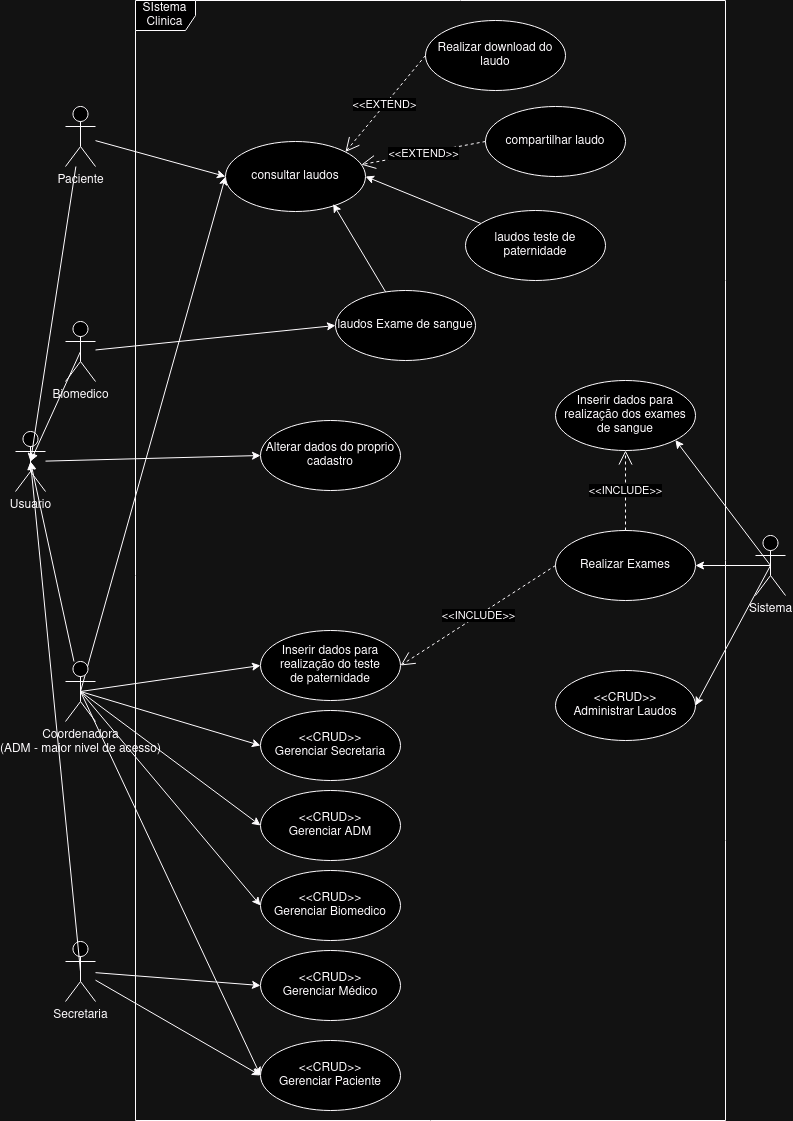
This is docs/diagramas/caso_de_uso.png from UniFil-NPI/ProjetoAnalisesClinicas, a draw.io export, as it was before one commit. Source tidied: cells renumbered, new cells last; positions are measured from the earlier drawing's top-left corner, leaving out a move shared by most shapes.
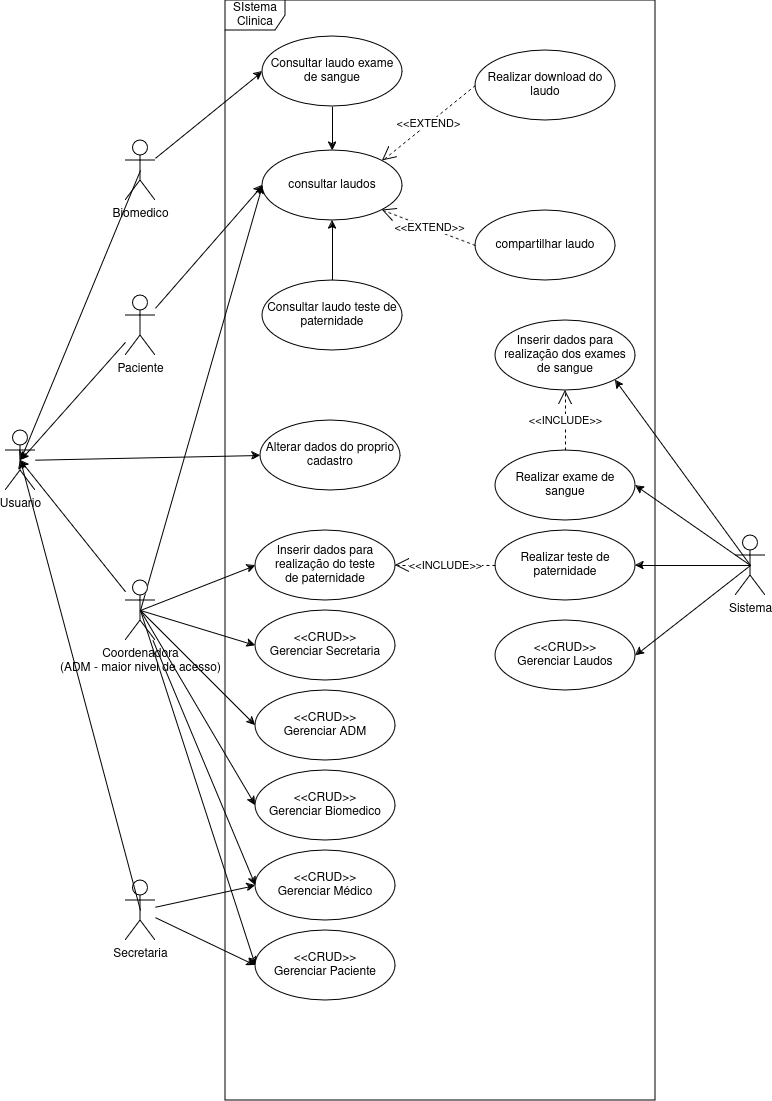
The same file after the commit.

Diff of the diagram source:
```diff
@@ -1,4 +1,4 @@
-<mxGraphModel>
+<mxGraphModel background="#FFFFFF">
   <root>
     <mxCell id="0" />
     <mxCell id="1" parent="0" />
@@ -6,7 +6,7 @@
       <mxGeometry relative="1" as="geometry" />
     </mxCell>
     <mxCell id="3" value="Paciente&lt;div&gt;&lt;br/&gt;&lt;/div&gt;" style="shape=umlActor;verticalLabelPosition=bottom;verticalAlign=top;html=1;labelBackgroundColor=none;shadow=0;" parent="1" vertex="1">
-      <mxGeometry x="50" y="106" width="30" height="60" as="geometry" />
+      <mxGeometry x="110" y="295" width="30" height="60" as="geometry" />
     </mxCell>
     <mxCell id="4" style="edgeStyle=none;rounded=0;jettySize=auto;html=1;entryX=0;entryY=0.5;entryDx=0;entryDy=0;" parent="1" edge="1" source="6" target="20">
       <mxGeometry relative="1" as="geometry" />
@@ -15,7 +15,7 @@
       <mxGeometry relative="1" as="geometry" />
     </mxCell>
     <mxCell id="6" value="Secretaria" style="shape=umlActor;verticalLabelPosition=bottom;verticalAlign=top;html=1;" parent="1" vertex="1">
-      <mxGeometry x="50" y="941" width="30" height="60" as="geometry" />
+      <mxGeometry x="110" y="880" width="30" height="60" as="geometry" />
     </mxCell>
     <mxCell id="7" style="rounded=0;jettySize=auto;html=1;exitX=0.5;exitY=0.5;exitDx=0;exitDy=0;exitPerimeter=0;entryX=0;entryY=0.5;entryDx=0;entryDy=0;" parent="1" edge="1" source="13" target="19">
       <mxGeometry relative="1" as="geometry" />
@@ -35,8 +35,11 @@
     <mxCell id="12" style="edgeStyle=none;rounded=0;jettySize=auto;html=1;exitX=0.5;exitY=0.5;exitDx=0;exitDy=0;exitPerimeter=0;entryX=0;entryY=0.5;entryDx=0;entryDy=0;" parent="1" edge="1" source="13" target="20">
       <mxGeometry relative="1" as="geometry" />
     </mxCell>
+    <mxCell id="50" style="edgeStyle=none;rounded=0;jettySize=auto;html=1;entryX=0;entryY=0.5;entryDx=0;entryDy=0;" parent="1" edge="1" source="13" target="44">
+      <mxGeometry relative="1" as="geometry" />
+    </mxCell>
     <mxCell id="13" value="Coordenadora&lt;br&gt;(ADM - maior nivel de acesso)" style="shape=umlActor;verticalLabelPosition=bottom;verticalAlign=top;html=1;" parent="1" vertex="1">
-      <mxGeometry x="50" y="661" width="30" height="60" as="geometry" />
+      <mxGeometry x="110" y="580" width="30" height="60" as="geometry" />
     </mxCell>
     <mxCell id="14" style="edgeStyle=none;rounded=0;jettySize=auto;html=1;exitX=0.5;exitY=0.5;exitDx=0;exitDy=0;exitPerimeter=0;entryX=0.5;entryY=0.5;entryDx=0;entryDy=0;entryPerimeter=0;" parent="1" edge="1" source="16" target="37">
       <mxGeometry relative="1" as="geometry" />
@@ -45,30 +48,30 @@
       <mxGeometry relative="1" as="geometry" />
     </mxCell>
     <mxCell id="16" value="Biomedico" style="shape=umlActor;verticalLabelPosition=bottom;verticalAlign=top;html=1;" parent="1" vertex="1">
-      <mxGeometry x="50" y="321" width="30" height="60" as="geometry" />
+      <mxGeometry x="110" y="140" width="30" height="60" as="geometry" />
     </mxCell>
     <mxCell id="17" value="SIstema Clinica" style="shape=umlFrame;whiteSpace=wrap;html=1;" parent="1" vertex="1">
-      <mxGeometry x="120" width="590" height="1120" as="geometry" />
+      <mxGeometry x="210" width="430" height="1100" as="geometry" />
     </mxCell>
     <mxCell id="18" value="Alterar dados do proprio cadastro" style="ellipse;whiteSpace=wrap;html=1;" parent="1" vertex="1">
       <mxGeometry x="245" y="420" width="140" height="70" as="geometry" />
     </mxCell>
     <mxCell id="19" value="consultar laudos" style="ellipse;whiteSpace=wrap;html=1;" parent="1" vertex="1">
-      <mxGeometry x="210" y="141" width="140" height="70" as="geometry" />
+      <mxGeometry x="247" y="150" width="140" height="70" as="geometry" />
     </mxCell>
     <mxCell id="20" value="&amp;lt;&amp;lt;CRUD&amp;gt;&amp;gt;&lt;br&gt;Gerenciar Paciente" style="ellipse;whiteSpace=wrap;html=1;" parent="1" vertex="1">
-      <mxGeometry x="245" y="1040" width="140" height="70" as="geometry" />
+      <mxGeometry x="240" y="930" width="140" height="70" as="geometry" />
     </mxCell>
     <mxCell id="21" value="&amp;lt;&amp;lt;CRUD&amp;gt;&amp;gt;&lt;br&gt;Gerenciar Biomedico" style="ellipse;whiteSpace=wrap;html=1;" parent="1" vertex="1">
-      <mxGeometry x="245" y="870" width="140" height="70" as="geometry" />
+      <mxGeometry x="240" y="770" width="140" height="70" as="geometry" />
     </mxCell>
     <mxCell id="22" value="&amp;lt;&amp;lt;CRUD&amp;gt;&amp;gt;&lt;br&gt;Gerenciar Secretaria" style="ellipse;whiteSpace=wrap;html=1;" parent="1" vertex="1">
-      <mxGeometry x="245" y="710" width="140" height="70" as="geometry" />
+      <mxGeometry x="240" y="610" width="140" height="70" as="geometry" />
     </mxCell>
-    <mxCell id="23" value="&amp;lt;&amp;lt;CRUD&amp;gt;&amp;gt;&lt;br&gt;Administrar Laudos" style="ellipse;whiteSpace=wrap;html=1;" parent="1" vertex="1">
-      <mxGeometry x="540" y="670" width="140" height="70" as="geometry" />
+    <mxCell id="23" value="&amp;lt;&amp;lt;CRUD&amp;gt;&amp;gt;&lt;br&gt;Gerenciar Laudos" style="ellipse;whiteSpace=wrap;html=1;" parent="1" vertex="1">
+      <mxGeometry x="480" y="620" width="140" height="70" as="geometry" />
     </mxCell>
-    <mxCell id="24" style="edgeStyle=none;rounded=0;jettySize=auto;html=1;exitX=0.5;exitY=0.5;exitDx=0;exitDy=0;exitPerimeter=0;entryX=1;entryY=0.5;entryDx=0;entryDy=0;" parent="1" edge="1" source="27" target="31">
+    <mxCell id="24" style="edgeStyle=none;rounded=0;jettySize=auto;html=1;exitX=0.5;exitY=0.5;exitDx=0;exitDy=0;exitPerimeter=0;entryX=1;entryY=0.5;entryDx=0;entryDy=0;" parent="1" edge="1" source="27" target="52">
       <mxGeometry relative="1" as="geometry" />
     </mxCell>
     <mxCell id="25" style="edgeStyle=none;rounded=0;jettySize=auto;html=1;exitX=0.5;exitY=0.5;exitDx=0;exitDy=0;exitPerimeter=0;entryX=1;entryY=0.5;entryDx=0;entryDy=0;" parent="1" edge="1" source="27" target="23">
@@ -77,52 +80,56 @@
     <mxCell id="26" style="edgeStyle=none;rounded=0;jettySize=auto;html=1;exitX=0.5;exitY=0.5;exitDx=0;exitDy=0;exitPerimeter=0;entryX=1;entryY=1;entryDx=0;entryDy=0;" parent="1" edge="1" source="27" target="33">
       <mxGeometry relative="1" as="geometry" />
     </mxCell>
+    <mxCell id="51" style="edgeStyle=none;rounded=0;jettySize=auto;html=1;exitX=0.5;exitY=0.5;exitDx=0;exitDy=0;exitPerimeter=0;entryX=1;entryY=0.5;entryDx=0;entryDy=0;" parent="1" edge="1" source="27" target="53">
+      <mxGeometry relative="1" as="geometry" />
+    </mxCell>
     <mxCell id="27" value="Sistema" style="shape=umlActor;verticalLabelPosition=bottom;verticalAlign=top;html=1;" parent="1" vertex="1">
-      <mxGeometry x="740" y="535" width="30" height="60" as="geometry" />
+      <mxGeometry x="720" y="535" width="30" height="60" as="geometry" />
     </mxCell>
     <mxCell id="28" value="Inserir dados para realização do teste&lt;br&gt;de paternidade" style="ellipse;whiteSpace=wrap;html=1;" parent="1" vertex="1">
-      <mxGeometry x="245" y="630" width="140" height="70" as="geometry" />
+      <mxGeometry x="240" y="530" width="140" height="70" as="geometry" />
     </mxCell>
     <mxCell id="29" value="Realizar download do laudo" style="ellipse;whiteSpace=wrap;html=1;" parent="1" vertex="1">
-      <mxGeometry x="410" y="20" width="140" height="70" as="geometry" />
+      <mxGeometry x="460" y="50" width="140" height="70" as="geometry" />
     </mxCell>
     <mxCell id="30" value="compartilhar laudo" style="ellipse;whiteSpace=wrap;html=1;" parent="1" vertex="1">
-      <mxGeometry x="470" y="106" width="140" height="70" as="geometry" />
+      <mxGeometry x="460" y="210" width="140" height="70" as="geometry" />
     </mxCell>
-    <mxCell id="31" value="Realizar Exames" style="ellipse;whiteSpace=wrap;html=1;" parent="1" vertex="1">
-      <mxGeometry x="540" y="530" width="140" height="70" as="geometry" />
-    </mxCell>
     <mxCell id="32" value="&amp;lt;&amp;lt;CRUD&amp;gt;&amp;gt;&lt;br&gt;Gerenciar ADM" style="ellipse;whiteSpace=wrap;html=1;" parent="1" vertex="1">
-      <mxGeometry x="245" y="790" width="140" height="70" as="geometry" />
+      <mxGeometry x="240" y="690" width="140" height="70" as="geometry" />
     </mxCell>
     <mxCell id="33" value="Inserir dados para realização dos exames de sangue" style="ellipse;whiteSpace=wrap;html=1;" parent="1" vertex="1">
-      <mxGeometry x="540" y="380" width="140" height="70" as="geometry" />
+      <mxGeometry x="480" y="320" width="140" height="70" as="geometry" />
     </mxCell>
-    <mxCell id="34" style="edgeStyle=none;rounded=0;orthogonalLoop=1;jettySize=auto;html=1;exitX=0;exitY=1;exitDx=0;exitDy=0;" parent="1" edge="1" source="31" target="31">
-      <mxGeometry relative="1" as="geometry" />
+    <mxCell id="34" style="edgeStyle=none;rounded=0;orthogonalLoop=1;jettySize=auto;html=1;exitX=0;exitY=1;exitDx=0;exitDy=0;" parent="1" edge="1">
+      <mxGeometry relative="1" as="geometry">
+        <mxPoint x="500.5" y="589.7" as="sourcePoint" />
+        <mxPoint x="500" y="589.5" as="targetPoint" />
+      </mxGeometry>
     </mxCell>
-    <mxCell id="35" style="edgeStyle=none;rounded=0;orthogonalLoop=1;jettySize=auto;html=1;exitX=0;exitY=1;exitDx=0;exitDy=0;" parent="1" edge="1" source="31" target="31">
-      <mxGeometry relative="1" as="geometry" />
+    <mxCell id="35" style="edgeStyle=none;rounded=0;orthogonalLoop=1;jettySize=auto;html=1;exitX=0;exitY=1;exitDx=0;exitDy=0;" parent="1" edge="1">
+      <mxGeometry relative="1" as="geometry">
+        <mxPoint x="500.5" y="589.7" as="sourcePoint" />
+        <mxPoint x="500" y="589.5" as="targetPoint" />
+      </mxGeometry>
     </mxCell>
     <mxCell id="36" style="edgeStyle=none;rounded=0;jettySize=auto;html=1;entryX=0;entryY=0.5;entryDx=0;entryDy=0;" parent="1" edge="1" source="37" target="18">
       <mxGeometry relative="1" as="geometry" />
     </mxCell>
     <mxCell id="37" value="Usuario" style="shape=umlActor;verticalLabelPosition=bottom;verticalAlign=top;html=1;" parent="1" vertex="1">
-      <mxGeometry y="431" width="30" height="60" as="geometry" />
+      <mxGeometry x="-10" y="430" width="30" height="60" as="geometry" />
     </mxCell>
     <mxCell id="38" value="&amp;lt;&amp;lt;EXTEND&amp;gt;" style="endArrow=open;endSize=12;dashed=1;html=1;rounded=0;exitX=0;exitY=0.5;exitDx=0;exitDy=0;entryX=1;entryY=0;entryDx=0;entryDy=0;" parent="1" edge="1" source="29" target="19">
       <mxGeometry relative="1" as="geometry" />
     </mxCell>
-    <mxCell id="39" value="&amp;lt;&amp;lt;EXTEND&amp;gt;&amp;gt;" style="endArrow=open;endSize=12;dashed=1;html=1;rounded=0;exitX=0;exitY=0.5;exitDx=0;exitDy=0;" parent="1" edge="1" source="30" target="19">
+    <mxCell id="39" value="&amp;lt;&amp;lt;EXTEND&amp;gt;&amp;gt;" style="endArrow=open;endSize=12;dashed=1;html=1;rounded=0;exitX=0;exitY=0.5;exitDx=0;exitDy=0;entryX=1;entryY=1;entryDx=0;entryDy=0;" parent="1" edge="1" source="30" target="19">
       <mxGeometry relative="1" as="geometry" />
     </mxCell>
-    <mxCell id="40" value="&amp;lt;&amp;lt;INCLUDE&amp;gt;&amp;gt;" style="endArrow=open;endSize=12;dashed=1;html=1;rounded=0;entryX=1;entryY=0.5;entryDx=0;entryDy=0;exitX=0;exitY=0.5;exitDx=0;exitDy=0;" parent="1" edge="1" source="31" target="28">
+    <mxCell id="40" value="&amp;lt;&amp;lt;INCLUDE&amp;gt;&amp;gt;" style="endArrow=open;endSize=12;dashed=1;html=1;rounded=0;entryX=1;entryY=0.5;entryDx=0;entryDy=0;exitX=0;exitY=0.5;exitDx=0;exitDy=0;" parent="1" edge="1" source="52" target="28">
       <mxGeometry relative="1" as="geometry" />
     </mxCell>
-    <mxCell id="41" value="&amp;lt;&amp;lt;INCLUDE&amp;gt;&amp;gt;" style="endArrow=open;endSize=12;dashed=1;html=1;rounded=0;exitX=0.5;exitY=0;exitDx=0;exitDy=0;" parent="1" edge="1" source="31">
-      <mxGeometry relative="1" as="geometry">
-        <mxPoint x="610" y="450" as="targetPoint" />
-      </mxGeometry>
+    <mxCell id="41" value="&amp;lt;&amp;lt;INCLUDE&amp;gt;&amp;gt;" style="endArrow=open;endSize=12;dashed=1;html=1;rounded=0;exitX=0.5;exitY=0;exitDx=0;exitDy=0;entryX=0.5;entryY=1;entryDx=0;entryDy=0;" parent="1" edge="1" source="53" target="33">
+      <mxGeometry relative="1" as="geometry" />
     </mxCell>
     <mxCell id="42" style="edgeStyle=none;rounded=0;jettySize=auto;html=1;entryX=0.5;entryY=0.5;entryDx=0;entryDy=0;entryPerimeter=0;" parent="1" edge="1" source="13" target="37">
       <mxGeometry relative="1" as="geometry" />
@@ -131,22 +138,28 @@
       <mxGeometry relative="1" as="geometry" />
     </mxCell>
     <mxCell id="44" value="&amp;lt;&amp;lt;CRUD&amp;gt;&amp;gt;&lt;br&gt;Gerenciar Médico" style="ellipse;whiteSpace=wrap;html=1;" parent="1" vertex="1">
-      <mxGeometry x="245" y="950" width="140" height="70" as="geometry" />
+      <mxGeometry x="240" y="850" width="140" height="70" as="geometry" />
     </mxCell>
     <mxCell id="45" style="edgeStyle=none;rounded=0;jettySize=auto;html=1;exitX=0.5;exitY=0.5;exitDx=0;exitDy=0;exitPerimeter=0;entryX=0.5;entryY=0.5;entryDx=0;entryDy=0;entryPerimeter=0;" parent="1" edge="1" source="6" target="37">
       <mxGeometry relative="1" as="geometry" />
     </mxCell>
-    <mxCell id="46" style="edgeStyle=none;rounded=0;jettySize=auto;html=1;entryX=0.769;entryY=0.892;entryDx=0;entryDy=0;entryPerimeter=0;" parent="1" edge="1" source="47" target="19">
+    <mxCell id="46" style="edgeStyle=none;rounded=0;jettySize=auto;html=1;entryX=0.5;entryY=0;entryDx=0;entryDy=0;" parent="1" edge="1" source="47" target="19">
       <mxGeometry relative="1" as="geometry" />
     </mxCell>
-    <mxCell id="47" value="laudos Exame de sangue" style="ellipse;whiteSpace=wrap;html=1;" parent="1" vertex="1">
-      <mxGeometry x="320" y="290" width="140" height="70" as="geometry" />
+    <mxCell id="47" value="Consultar laudo exame de sangue" style="ellipse;whiteSpace=wrap;html=1;" parent="1" vertex="1">
+      <mxGeometry x="247" y="36" width="140" height="70" as="geometry" />
     </mxCell>
-    <mxCell id="48" style="edgeStyle=none;rounded=0;jettySize=auto;html=1;entryX=1;entryY=0.5;entryDx=0;entryDy=0;" parent="1" edge="1" source="49" target="19">
+    <mxCell id="48" style="edgeStyle=none;rounded=0;jettySize=auto;html=1;entryX=0.5;entryY=1;entryDx=0;entryDy=0;" parent="1" edge="1" source="49" target="19">
       <mxGeometry relative="1" as="geometry" />
     </mxCell>
-    <mxCell id="49" value="laudos teste de paternidade" style="ellipse;whiteSpace=wrap;html=1;" parent="1" vertex="1">
-      <mxGeometry x="450" y="210" width="140" height="70" as="geometry" />
+    <mxCell id="49" value="Consultar laudo teste de paternidade" style="ellipse;whiteSpace=wrap;html=1;" parent="1" vertex="1">
+      <mxGeometry x="247" y="280" width="140" height="70" as="geometry" />
     </mxCell>
+    <mxCell id="52" value="Realizar teste de paternidade" style="ellipse;whiteSpace=wrap;html=1;" parent="1" vertex="1">
+      <mxGeometry x="480" y="530" width="140" height="70" as="geometry" />
+    </mxCell>
+    <mxCell id="53" value="Realizar exame de sangue" style="ellipse;whiteSpace=wrap;html=1;" parent="1" vertex="1">
+      <mxGeometry x="480" y="450" width="140" height="70" as="geometry" />
+    </mxCell>
   </root>
 </mxGraphModel>
```
